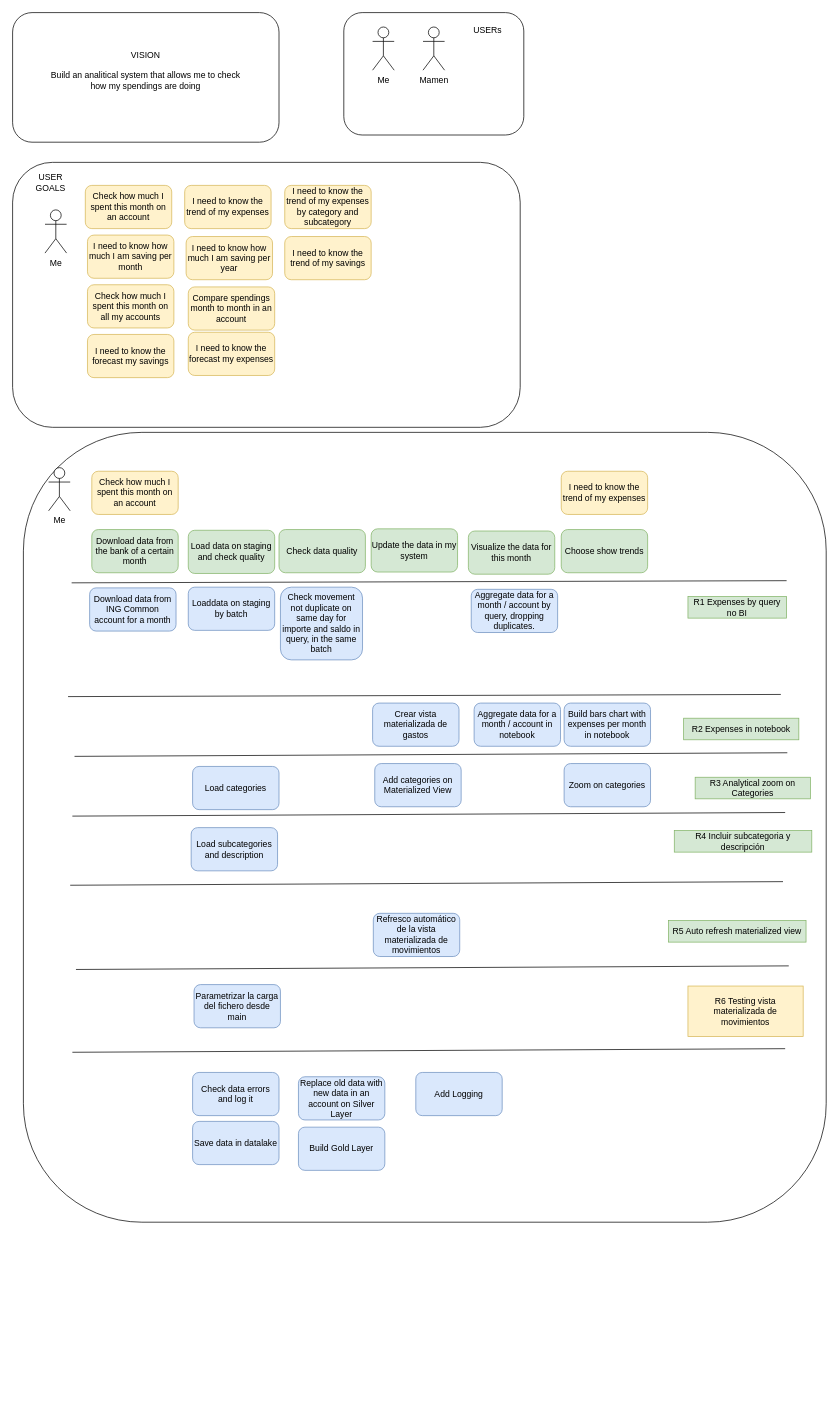
cperezh/DataEng_Patterns keeps this draw.io diagram as page "User Story Mapping" (1 of 7) of diagrams/diagrams.dio. Above is the earlier version. Source tidied: cells renumbered, new cells numbered last; positions are measured from the earlier drawing's top-left corner, leaving out a move shared by most shapes. Both pictures are drawn from the tidied source at 72%, with x=0, y=0 at pixel (12, 12).
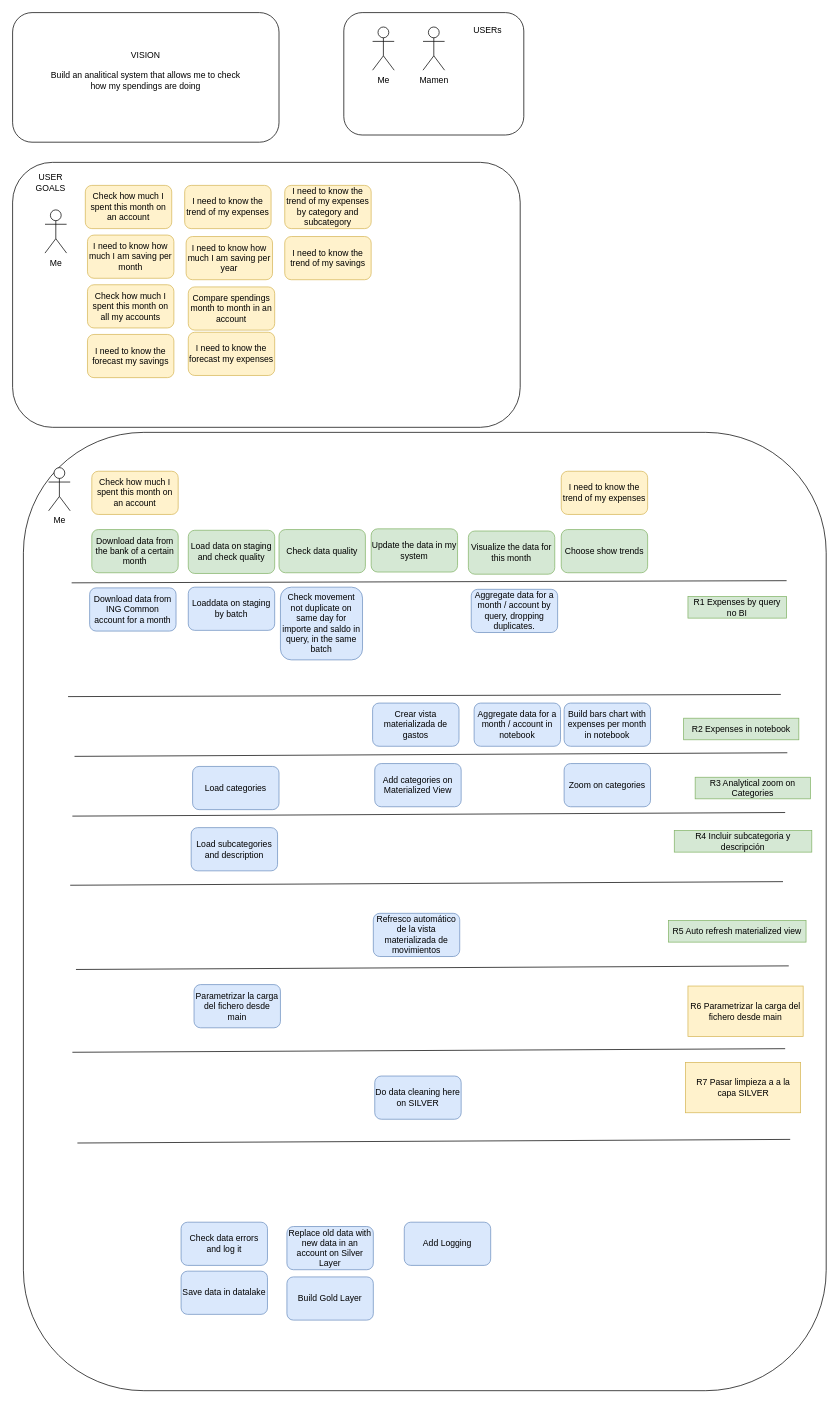
After the change.

Commit message (it also covers changes not shown here):
nuevo fichero de movimientos 2026

Change to the diagram source:
```diff
@@
     <mxCell id="2" style="rounded=1;whiteSpace=wrap;html=1;" parent="1" vertex="1">
-      <mxGeometry x="15" y="583" width="1115" height="1097" as="geometry" />
+      <mxGeometry x="15" y="583" width="1115" height="1331" as="geometry" />
     </mxCell>
@@
     <mxCell id="29" value="Replace old data with new data in an account on Silver Layer" style="rounded=1;whiteSpace=wrap;html=1;strokeColor=#6c8ebf;align=center;verticalAlign=middle;fontFamily=Helvetica;fontSize=12;fillColor=#dae8fc;" parent="1" vertex="1">
-      <mxGeometry x="397" y="1478" width="120" height="60" as="geometry" />
+      <mxGeometry x="381" y="1686" width="120" height="60" as="geometry" />
     </mxCell>
@@
-    <mxCell id="36" value="R6 Testing vista materializada de movimientos" style="text;html=1;align=center;verticalAlign=middle;whiteSpace=wrap;rounded=0;fontFamily=Helvetica;fontSize=12;fillColor=#fff2cc;strokeColor=#d6b656;" parent="1" vertex="1">
+    <mxCell id="36" value="R6&amp;nbsp;&lt;span style=&quot;color: rgb(0, 0, 0);&quot;&gt;Parametrizar la carga del fichero desde main&lt;/span&gt;" style="text;html=1;align=center;verticalAlign=middle;whiteSpace=wrap;rounded=0;fontFamily=Helvetica;fontSize=12;fillColor=#fff2cc;strokeColor=#d6b656;" parent="1" vertex="1">
       <mxGeometry x="938" y="1352" width="160" height="70" as="geometry" />
     </mxCell>
     <mxCell id="37" value="Save data in datalake" style="rounded=1;whiteSpace=wrap;html=1;strokeColor=#6c8ebf;align=center;verticalAlign=middle;fontFamily=Helvetica;fontSize=12;fillColor=#dae8fc;" parent="1" vertex="1">
-      <mxGeometry x="250" y="1540" width="120" height="60" as="geometry" />
+      <mxGeometry x="234" y="1748" width="120" height="60" as="geometry" />
     </mxCell>
     <mxCell id="38" value="Build Gold Layer" style="rounded=1;whiteSpace=wrap;html=1;strokeColor=#6c8ebf;align=center;verticalAlign=middle;fontFamily=Helvetica;fontSize=12;fillColor=#dae8fc;" parent="1" vertex="1">
-      <mxGeometry x="397" y="1548" width="120" height="60" as="geometry" />
+      <mxGeometry x="381" y="1756" width="120" height="60" as="geometry" />
     </mxCell>
@@
     <mxCell id="45" value="Check data errors and log it" style="rounded=1;whiteSpace=wrap;html=1;strokeColor=#6c8ebf;align=center;verticalAlign=middle;fontFamily=Helvetica;fontSize=12;fillColor=#dae8fc;" parent="1" vertex="1">
-      <mxGeometry x="250" y="1472" width="120" height="60" as="geometry" />
+      <mxGeometry x="234" y="1680" width="120" height="60" as="geometry" />
     </mxCell>
@@
     <mxCell id="59" value="Add Logging" style="rounded=1;whiteSpace=wrap;html=1;strokeColor=#6c8ebf;align=center;verticalAlign=middle;fontFamily=Helvetica;fontSize=12;fillColor=#dae8fc;" parent="1" vertex="1">
-      <mxGeometry x="560" y="1472" width="120" height="60" as="geometry" />
+      <mxGeometry x="544" y="1680" width="120" height="60" as="geometry" />
     </mxCell>
@@
+    <mxCell id="62" style="endArrow=none;html=1;rounded=1;strokeColor=default;align=center;verticalAlign=middle;fontFamily=Helvetica;fontSize=11;fontColor=default;labelBackgroundColor=default;" parent="1" edge="1">
+      <mxGeometry relative="1" as="geometry">
+        <mxPoint x="90" y="1570" as="sourcePoint" />
+        <mxPoint x="1080" y="1565" as="targetPoint" />
+      </mxGeometry>
+    </mxCell>
+    <mxCell id="63" value="R7&amp;nbsp;&lt;span style=&quot;color: rgb(0, 0, 0);&quot;&gt;Pasar limpieza a a la capa SILVER&lt;/span&gt;" style="text;html=1;align=center;verticalAlign=middle;whiteSpace=wrap;rounded=0;fontFamily=Helvetica;fontSize=12;fillColor=#fff2cc;strokeColor=#d6b656;" parent="1" vertex="1">
+      <mxGeometry x="934.5" y="1458" width="160" height="70" as="geometry" />
+    </mxCell>
+    <mxCell id="64" value="Do data cleaning here on SILVER" style="rounded=1;whiteSpace=wrap;html=1;strokeColor=#6c8ebf;align=center;verticalAlign=middle;fontFamily=Helvetica;fontSize=12;fillColor=#dae8fc;" parent="1" vertex="1">
+      <mxGeometry x="503" y="1477" width="120" height="60" as="geometry" />
+    </mxCell>
```
